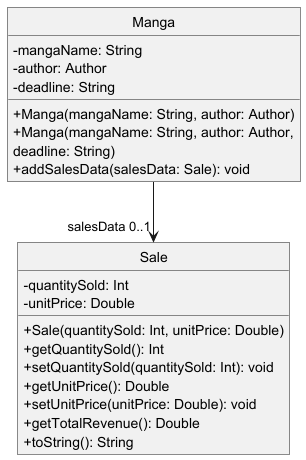
Above: docs/uml/images/MangaSalesClass.png in xenthm/tp (PlantUML), before the change. Its source is kept beside it as docs/uml/puml/MangaSalesClass.puml.
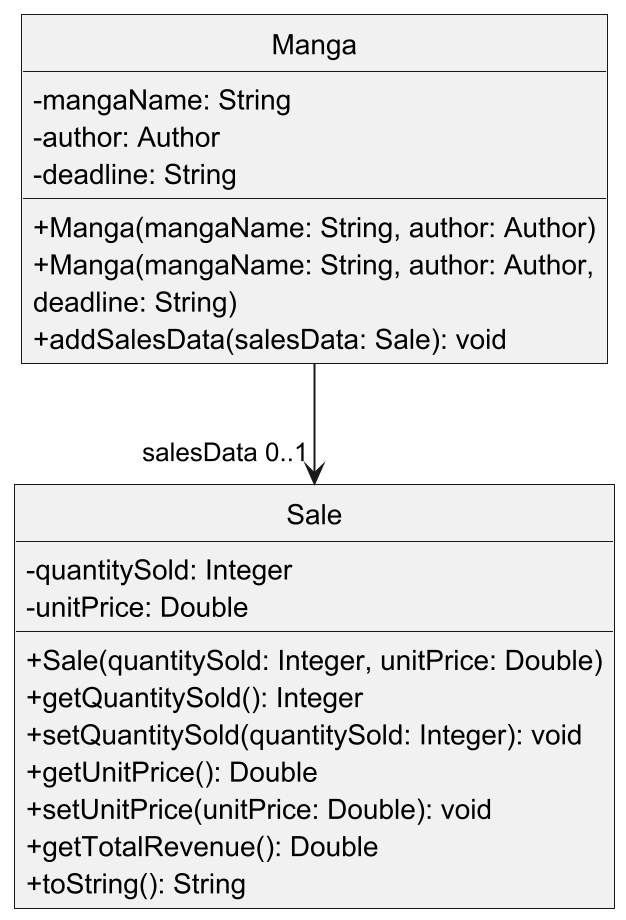
Later version of the same file.

Commit message:
Correct 'Int' to 'Integer'

Change to the diagram source:
```diff
@@ -12,11 +12,11 @@
 
 
  class Sale {
-    -quantitySold: Int
+    -quantitySold: Integer
     -unitPrice: Double
-    +Sale(quantitySold: Int, unitPrice: Double)
-    +getQuantitySold(): Int
-    +setQuantitySold(quantitySold: Int): void
+    +Sale(quantitySold: Integer, unitPrice: Double)
+    +getQuantitySold(): Integer
+    +setQuantitySold(quantitySold: Integer): void
     +getUnitPrice(): Double
     +setUnitPrice(unitPrice: Double): void
     +getTotalRevenue(): Double
```
